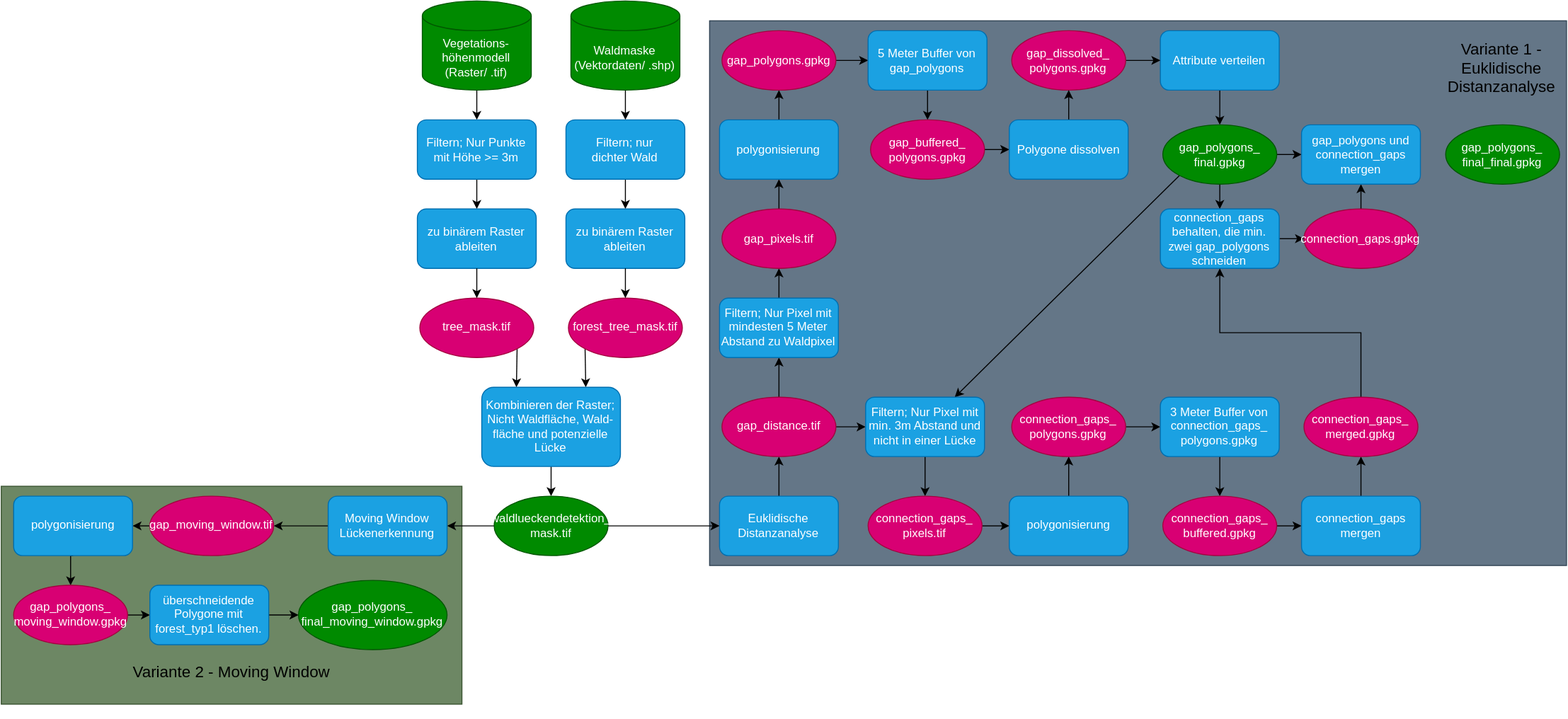
The draw.io diagram Lueckendetektion.drawio.svg in liobio72/Lueckendetektion, before a commit. Source tidied: cells renumbered, new cells last; positions are measured from the earlier drawing's top-left corner, leaving out a move shared by most shapes.
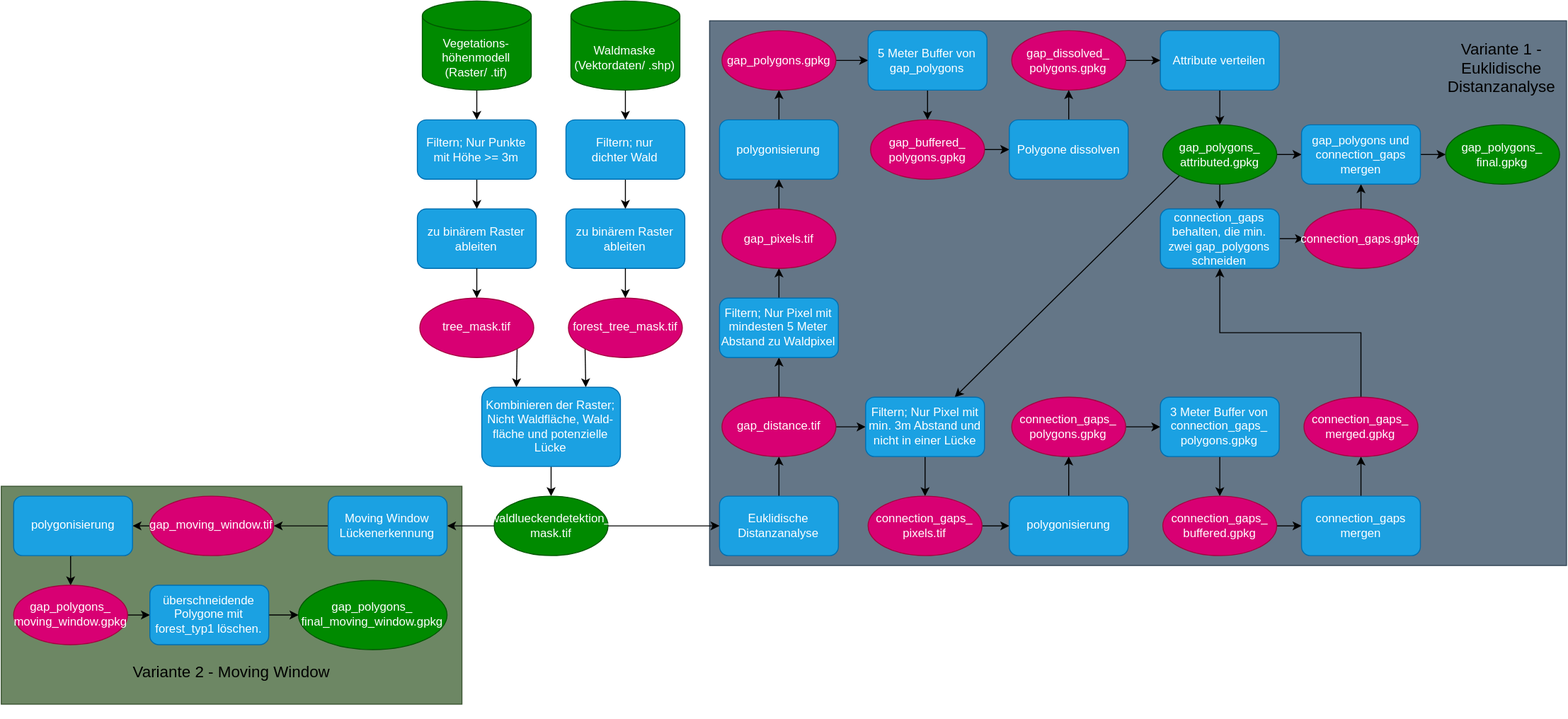
Later version of the same file.

Diff of the diagram source:
```diff
@@ -149,7 +149,7 @@
     <mxCell id="50" style="edgeStyle=orthogonalEdgeStyle;rounded=0;jettySize=auto;html=1;exitX=1;exitY=0.5;exitDx=0;exitDy=0;entryX=0;entryY=0.5;entryDx=0;entryDy=0;" parent="1" edge="1" source="51" target="85">
       <mxGeometry relative="1" as="geometry" />
     </mxCell>
-    <mxCell id="51" value="gap_polygons_&lt;div&gt;final&lt;span style=&quot;background-color: transparent; color: light-dark(rgb(255, 255, 255), rgb(18, 18, 18));&quot;&gt;.gpkg&lt;/span&gt;&lt;/div&gt;" style="ellipse;whiteSpace=wrap;html=1;fillColor=#008a00;fontColor=#ffffff;strokeColor=#005700;" parent="1" vertex="1">
+    <mxCell id="51" value="gap_polygons_&lt;div&gt;&lt;span style=&quot;background-color: transparent; color: light-dark(rgb(255, 255, 255), rgb(18, 18, 18));&quot;&gt;attributed.gpkg&lt;/span&gt;&lt;/div&gt;" style="ellipse;whiteSpace=wrap;html=1;fillColor=#008a00;fontColor=#ffffff;strokeColor=#005700;" parent="1" vertex="1">
       <mxGeometry x="1172.5" y="125" width="115" height="60" as="geometry" />
     </mxCell>
     <mxCell id="52" value="&lt;font style=&quot;font-size: 16px;&quot;&gt;Variante 1 - Euklidische Distanzanalyse&lt;/font&gt;" style="text;html=1;whiteSpace=wrap;strokeColor=none;fillColor=none;align=center;verticalAlign=middle;rounded=0;" parent="1" vertex="1">
@@ -251,10 +251,13 @@
     <mxCell id="84" value="connection_gaps_&lt;div&gt;&lt;span style=&quot;background-color: transparent; color: light-dark(rgb(255, 255, 255), rgb(18, 18, 18));&quot;&gt;merged.gpkg&lt;/span&gt;&lt;/div&gt;" style="ellipse;whiteSpace=wrap;html=1;fillColor=#d80073;fontColor=#ffffff;strokeColor=#A50040;" parent="1" vertex="1">
       <mxGeometry x="1315" y="400" width="115" height="60" as="geometry" />
     </mxCell>
+    <mxCell id="87" style="edgeStyle=orthogonalEdgeStyle;rounded=0;jettySize=auto;html=1;exitX=1;exitY=0.5;exitDx=0;exitDy=0;entryX=0;entryY=0.5;entryDx=0;entryDy=0;" parent="1" edge="1" source="85" target="86">
+      <mxGeometry relative="1" as="geometry" />
+    </mxCell>
     <mxCell id="85" value="gap_polygons und connection_gaps mergen" style="rounded=1;whiteSpace=wrap;html=1;fillColor=#1ba1e2;fontColor=#ffffff;strokeColor=#006EAF;" parent="1" vertex="1">
       <mxGeometry x="1312.5" y="125" width="120" height="60" as="geometry" />
     </mxCell>
-    <mxCell id="86" value="gap_polygons_&lt;div&gt;final_final&lt;span style=&quot;background-color: transparent; color: light-dark(rgb(255, 255, 255), rgb(18, 18, 18));&quot;&gt;.gpkg&lt;/span&gt;&lt;/div&gt;" style="ellipse;whiteSpace=wrap;html=1;fillColor=#008a00;fontColor=#ffffff;strokeColor=#005700;" parent="1" vertex="1">
+    <mxCell id="86" value="gap_polygons_&lt;div&gt;final&lt;span style=&quot;background-color: transparent; color: light-dark(rgb(255, 255, 255), rgb(18, 18, 18));&quot;&gt;.gpkg&lt;/span&gt;&lt;/div&gt;" style="ellipse;whiteSpace=wrap;html=1;fillColor=#008a00;fontColor=#ffffff;strokeColor=#005700;" parent="1" vertex="1">
       <mxGeometry x="1458" y="125" width="115" height="60" as="geometry" />
     </mxCell>
   </root>
```
